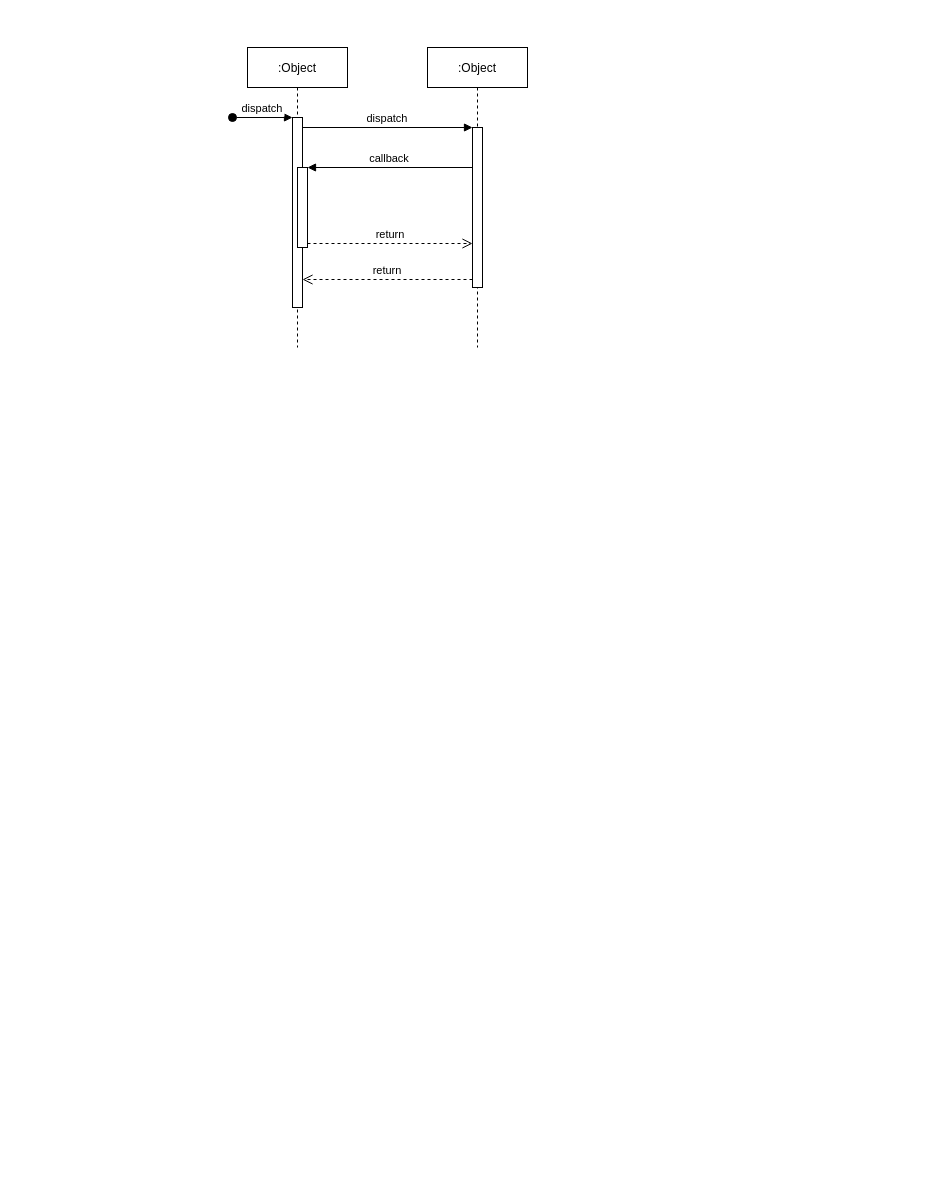
This is kbe_sequence_diagram.drawio from KBE-Project/diagrams, a draw.io file, before an edit. Source tidied: cells renumbered, new cells numbered last; positions are measured from the earlier drawing's top-left corner, leaving out a move shared by most shapes. Both pictures are drawn from the tidied source at 100%, with x=0, y=0 at pixel (232, 47).
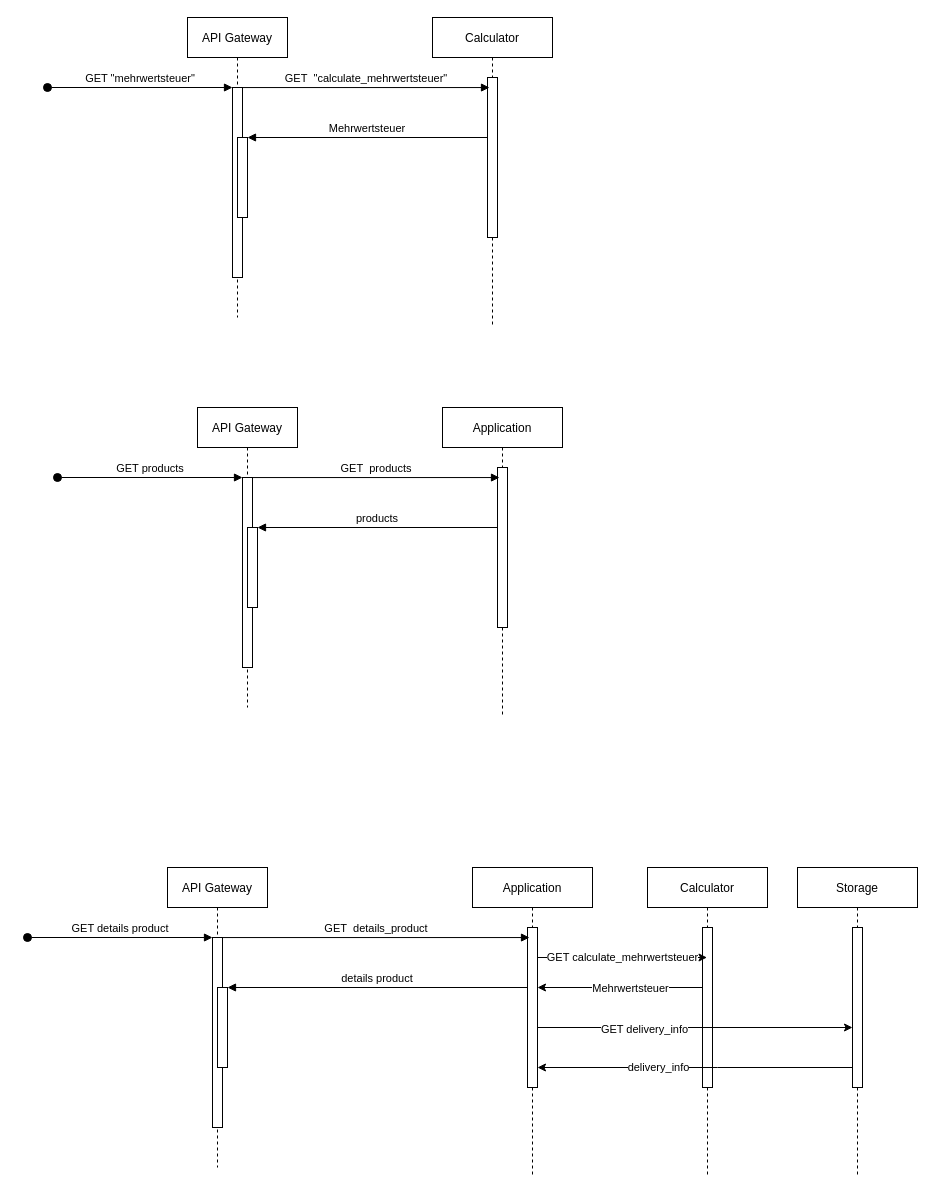
Above is the later version.

Unchanged cells that the change refers to:
```xml
<mxCell id="3" style="points=[];perimeter=orthogonalPerimeter;rounded=0;shadow=0;strokeWidth=1;" parent="2" vertex="1">
  <mxGeometry x="45" y="70" width="10" height="190" as="geometry" />
</mxCell>
<mxCell id="5" style="points=[];perimeter=orthogonalPerimeter;rounded=0;shadow=0;strokeWidth=1;" parent="2" vertex="1">
  <mxGeometry x="50" y="120" width="10" height="80" as="geometry" />
</mxCell>
```

The edit, as a diff of the source:
```diff
@@
-    <mxCell id="2" value=":Object" style="shape=umlLifeline;perimeter=lifelinePerimeter;rounded=0;shadow=0;strokeWidth=1;" parent="1" vertex="1">
-      <mxGeometry x="15" width="100" height="300" as="geometry" />
+    <mxCell id="2" value="API Gateway" style="shape=umlLifeline;perimeter=lifelinePerimeter;rounded=0;shadow=0;strokeWidth=1;" parent="1" vertex="1">
+      <mxGeometry x="-45" y="-30" width="100" height="300" as="geometry" />
     </mxCell>
@@
-    <mxCell id="4" value="dispatch" style="verticalAlign=bottom;startArrow=oval;endArrow=block;startSize=8;shadow=0;strokeWidth=1;" parent="2" edge="1" target="3">
+    <mxCell id="4" value="GET &quot;mehrwertsteuer&quot;" style="verticalAlign=bottom;startArrow=oval;endArrow=block;startSize=8;shadow=0;strokeWidth=1;" parent="2" edge="1" target="3">
       <mxGeometry relative="1" as="geometry">
-        <mxPoint x="-15" y="70" as="sourcePoint" />
+        <mxPoint x="-140" y="70" as="sourcePoint" />
       </mxGeometry>
     </mxCell>
@@
-    <mxCell id="6" value=":Object" style="shape=umlLifeline;perimeter=lifelinePerimeter;rounded=0;shadow=0;strokeWidth=1;" parent="1" vertex="1">
-      <mxGeometry x="195" width="100" height="300" as="geometry" />
+    <mxCell id="6" value="Calculator" style="shape=umlLifeline;perimeter=lifelinePerimeter;rounded=0;shadow=0;strokeWidth=1;" parent="1" vertex="1">
+      <mxGeometry x="200" y="-30" width="120" height="310" as="geometry" />
     </mxCell>
     <mxCell id="7" style="points=[];perimeter=orthogonalPerimeter;rounded=0;shadow=0;strokeWidth=1;" parent="6" vertex="1">
-      <mxGeometry x="45" y="80" width="10" height="160" as="geometry" />
+      <mxGeometry x="55" y="60" width="10" height="160" as="geometry" />
     </mxCell>
-    <mxCell id="8" value="return" style="verticalAlign=bottom;endArrow=open;dashed=1;endSize=8;exitX=0;exitY=0.95;shadow=0;strokeWidth=1;" parent="1" edge="1" source="7" target="3">
-      <mxGeometry relative="1" as="geometry" />
-    </mxCell>
-    <mxCell id="9" value="dispatch" style="verticalAlign=bottom;endArrow=block;entryX=0;entryY=0;shadow=0;strokeWidth=1;" parent="1" edge="1" source="3" target="7">
+    <mxCell id="9" value="GET  &quot;calculate_mehrwertsteuer&quot;" style="verticalAlign=bottom;endArrow=block;shadow=0;strokeWidth=1;entryX=0.475;entryY=0.226;entryDx=0;entryDy=0;entryPerimeter=0;" parent="1" edge="1" source="3" target="6">
       <mxGeometry relative="1" as="geometry" />
     </mxCell>
-    <mxCell id="10" value="callback" style="verticalAlign=bottom;endArrow=block;entryX=1;entryY=0;shadow=0;strokeWidth=1;" parent="1" edge="1" source="7" target="5">
+    <mxCell id="10" value="Mehrwertsteuer" style="verticalAlign=bottom;endArrow=block;entryX=1;entryY=0;shadow=0;strokeWidth=1;" parent="1" edge="1" source="7" target="5">
       <mxGeometry relative="1" as="geometry" />
     </mxCell>
-    <mxCell id="11" value="return" style="verticalAlign=bottom;endArrow=open;dashed=1;endSize=8;exitX=1;exitY=0.95;shadow=0;strokeWidth=1;" parent="1" edge="1" source="5" target="7">
-      <mxGeometry relative="1" as="geometry" />
-    </mxCell>
+    <mxCell id="12" value="API Gateway" style="shape=umlLifeline;perimeter=lifelinePerimeter;rounded=0;shadow=0;strokeWidth=1;" parent="1" vertex="1">
+      <mxGeometry x="-35" y="360" width="100" height="300" as="geometry" />
+    </mxCell>
+    <mxCell id="13" style="points=[];perimeter=orthogonalPerimeter;rounded=0;shadow=0;strokeWidth=1;" parent="12" vertex="1">
+      <mxGeometry x="45" y="70" width="10" height="190" as="geometry" />
+    </mxCell>
+    <mxCell id="14" value="GET products" style="verticalAlign=bottom;startArrow=oval;endArrow=block;startSize=8;shadow=0;strokeWidth=1;" parent="12" edge="1" target="13">
+      <mxGeometry relative="1" as="geometry">
+        <mxPoint x="-140" y="70" as="sourcePoint" />
+      </mxGeometry>
+    </mxCell>
+    <mxCell id="15" style="points=[];perimeter=orthogonalPerimeter;rounded=0;shadow=0;strokeWidth=1;" parent="12" vertex="1">
+      <mxGeometry x="50" y="120" width="10" height="80" as="geometry" />
+    </mxCell>
+    <mxCell id="16" value="Application" style="shape=umlLifeline;perimeter=lifelinePerimeter;rounded=0;shadow=0;strokeWidth=1;" parent="1" vertex="1">
+      <mxGeometry x="210" y="360" width="120" height="310" as="geometry" />
+    </mxCell>
+    <mxCell id="17" style="points=[];perimeter=orthogonalPerimeter;rounded=0;shadow=0;strokeWidth=1;" parent="16" vertex="1">
+      <mxGeometry x="55" y="60" width="10" height="160" as="geometry" />
+    </mxCell>
+    <mxCell id="18" value="GET  products" style="verticalAlign=bottom;endArrow=block;shadow=0;strokeWidth=1;entryX=0.475;entryY=0.226;entryDx=0;entryDy=0;entryPerimeter=0;" parent="1" edge="1" source="13" target="16">
+      <mxGeometry relative="1" as="geometry" />
+    </mxCell>
+    <mxCell id="19" value="products" style="verticalAlign=bottom;endArrow=block;entryX=1;entryY=0;shadow=0;strokeWidth=1;" parent="1" edge="1" source="17" target="15">
+      <mxGeometry relative="1" as="geometry" />
+    </mxCell>
+    <mxCell id="20" value="API Gateway" style="shape=umlLifeline;perimeter=lifelinePerimeter;rounded=0;shadow=0;strokeWidth=1;" parent="1" vertex="1">
+      <mxGeometry x="-65" y="820" width="100" height="300" as="geometry" />
+    </mxCell>
+    <mxCell id="21" style="points=[];perimeter=orthogonalPerimeter;rounded=0;shadow=0;strokeWidth=1;" parent="20" vertex="1">
+      <mxGeometry x="45" y="70" width="10" height="190" as="geometry" />
+    </mxCell>
+    <mxCell id="22" value="GET details product" style="verticalAlign=bottom;startArrow=oval;endArrow=block;startSize=8;shadow=0;strokeWidth=1;" parent="20" edge="1" target="21">
+      <mxGeometry relative="1" as="geometry">
+        <mxPoint x="-140" y="70" as="sourcePoint" />
+      </mxGeometry>
+    </mxCell>
+    <mxCell id="23" style="points=[];perimeter=orthogonalPerimeter;rounded=0;shadow=0;strokeWidth=1;" parent="20" vertex="1">
+      <mxGeometry x="50" y="120" width="10" height="80" as="geometry" />
+    </mxCell>
+    <mxCell id="24" value="Application" style="shape=umlLifeline;perimeter=lifelinePerimeter;rounded=0;shadow=0;strokeWidth=1;" parent="1" vertex="1">
+      <mxGeometry x="240" y="820" width="120" height="310" as="geometry" />
+    </mxCell>
+    <mxCell id="25" style="points=[];perimeter=orthogonalPerimeter;rounded=0;shadow=0;strokeWidth=1;" parent="24" vertex="1">
+      <mxGeometry x="55" y="60" width="10" height="160" as="geometry" />
+    </mxCell>
+    <mxCell id="26" value="GET  details_product" style="verticalAlign=bottom;endArrow=block;shadow=0;strokeWidth=1;entryX=0.475;entryY=0.226;entryDx=0;entryDy=0;entryPerimeter=0;" parent="1" edge="1" source="21" target="24">
+      <mxGeometry relative="1" as="geometry" />
+    </mxCell>
+    <mxCell id="27" value="details product" style="verticalAlign=bottom;endArrow=block;entryX=1;entryY=0;shadow=0;strokeWidth=1;" parent="1" edge="1" source="25" target="23">
+      <mxGeometry relative="1" as="geometry" />
+    </mxCell>
+    <mxCell id="28" value="Calculator" style="shape=umlLifeline;perimeter=lifelinePerimeter;rounded=0;shadow=0;strokeWidth=1;" parent="1" vertex="1">
+      <mxGeometry x="415" y="820" width="120" height="310" as="geometry" />
+    </mxCell>
+    <mxCell id="29" style="points=[];perimeter=orthogonalPerimeter;rounded=0;shadow=0;strokeWidth=1;" parent="28" vertex="1">
+      <mxGeometry x="55" y="60" width="10" height="160" as="geometry" />
+    </mxCell>
+    <mxCell id="30" value="Storage" style="shape=umlLifeline;perimeter=lifelinePerimeter;rounded=0;shadow=0;strokeWidth=1;" parent="1" vertex="1">
+      <mxGeometry x="565" y="820" width="120" height="310" as="geometry" />
+    </mxCell>
+    <mxCell id="31" style="points=[];perimeter=orthogonalPerimeter;rounded=0;shadow=0;strokeWidth=1;" parent="30" vertex="1">
+      <mxGeometry x="55" y="60" width="10" height="160" as="geometry" />
+    </mxCell>
+    <mxCell id="32" value="GET calculate_mehrwertsteuer" style="edgeStyle=orthogonalEdgeStyle;rounded=0;jettySize=auto;html=1;" parent="1" edge="1" source="25" target="28">
+      <mxGeometry relative="1" as="geometry">
+        <Array as="points">
+          <mxPoint x="385" y="910" />
+          <mxPoint x="385" y="910" />
+        </Array>
+      </mxGeometry>
+    </mxCell>
+    <mxCell id="33" style="edgeStyle=orthogonalEdgeStyle;rounded=0;jettySize=auto;html=1;" parent="1" edge="1" source="29" target="25">
+      <mxGeometry relative="1" as="geometry">
+        <Array as="points">
+          <mxPoint x="425" y="940" />
+          <mxPoint x="425" y="940" />
+        </Array>
+      </mxGeometry>
+    </mxCell>
+    <mxCell id="34" value="Mehrwertsteuer" style="edgeLabel;html=1;align=center;verticalAlign=middle;" parent="33" vertex="1">
+      <mxGeometry x="-0.12" relative="1" as="geometry" />
+    </mxCell>
+    <mxCell id="35" style="edgeStyle=orthogonalEdgeStyle;rounded=0;jettySize=auto;html=1;" parent="1" edge="1" source="25" target="31">
+      <mxGeometry relative="1" as="geometry">
+        <Array as="points">
+          <mxPoint x="405" y="980" />
+          <mxPoint x="405" y="980" />
+        </Array>
+      </mxGeometry>
+    </mxCell>
+    <mxCell id="36" value="GET delivery_info" style="edgeLabel;html=1;align=center;verticalAlign=middle;" parent="35" vertex="1">
+      <mxGeometry x="-0.33" y="-1" relative="1" as="geometry" />
+    </mxCell>
+    <mxCell id="37" style="edgeStyle=orthogonalEdgeStyle;rounded=0;jettySize=auto;html=1;" parent="1" edge="1" source="31" target="25">
+      <mxGeometry relative="1" as="geometry">
+        <Array as="points">
+          <mxPoint x="485" y="1020" />
+          <mxPoint x="485" y="1020" />
+        </Array>
+      </mxGeometry>
+    </mxCell>
+    <mxCell id="38" value="delivery_info" style="edgeLabel;html=1;align=center;verticalAlign=middle;" parent="37" vertex="1">
+      <mxGeometry x="0.24" y="-1" relative="1" as="geometry" />
+    </mxCell>
```
